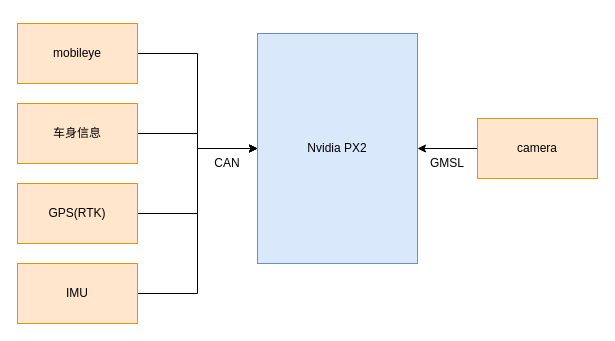
This is 泛亚poc传感器数据接入.drawio from xhzhuhit/Trajectory_Compression_Algorithms, a draw.io file, before an edit. Source tidied: cells renumbered, new cells numbered last; positions are measured from the earlier drawing's top-left corner, leaving out a move shared by most shapes. Both pictures are drawn from the tidied source at 100%, with x=0, y=0 at pixel (17, 23).
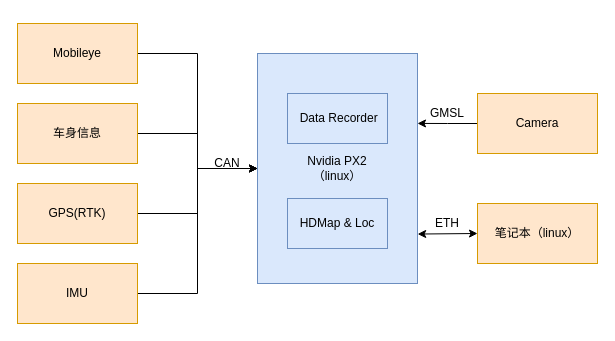
Above is the later version.

Commit message:
Update 泛亚poc传感器数据接入.drawio

Change to the diagram source:
```diff
@@
-    <mxCell id="3" value="mobileye" style="rounded=0;whiteSpace=wrap;html=1;fillColor=#ffe6cc;strokeColor=#d79b00;" parent="1" vertex="1">
+    <mxCell id="3" value="Mobileye" style="rounded=0;whiteSpace=wrap;html=1;fillColor=#ffe6cc;strokeColor=#d79b00;" parent="1" vertex="1">
       <mxGeometry width="120" height="60" as="geometry" />
     </mxCell>
@@
-    <mxCell id="11" value="Nvidia PX2" style="rounded=0;whiteSpace=wrap;html=1;fillColor=#dae8fc;strokeColor=#6c8ebf;" parent="1" vertex="1">
-      <mxGeometry x="240" y="10" width="160" height="230" as="geometry" />
+    <mxCell id="11" value="&lt;div&gt;Nvidia PX2&lt;/div&gt;&lt;div&gt;（linux）&lt;br&gt;&lt;/div&gt;" style="rounded=0;whiteSpace=wrap;html=1;fillColor=#dae8fc;strokeColor=#6c8ebf;" parent="1" vertex="1">
+      <mxGeometry x="240" y="30" width="160" height="230" as="geometry" />
     </mxCell>
@@
-    <mxCell id="13" style="edgeStyle=orthogonalEdgeStyle;rounded=0;jettySize=auto;html=1;entryX=1;entryY=0.5;entryDx=0;entryDy=0;" parent="1" edge="1" source="14" target="11">
+    <mxCell id="13" style="edgeStyle=orthogonalEdgeStyle;rounded=0;jettySize=auto;html=1;exitX=0;exitY=0.5;exitDx=0;exitDy=0;entryX=1;entryY=0.304;entryDx=0;entryDy=0;entryPerimeter=0;" parent="1" edge="1" source="14" target="11">
       <mxGeometry relative="1" as="geometry" />
     </mxCell>
-    <mxCell id="14" value="camera" style="rounded=0;whiteSpace=wrap;html=1;fillColor=#ffe6cc;strokeColor=#d79b00;" parent="1" vertex="1">
-      <mxGeometry x="460" y="95" width="120" height="60" as="geometry" />
+    <mxCell id="14" value="Camera" style="rounded=0;whiteSpace=wrap;html=1;fillColor=#ffe6cc;strokeColor=#d79b00;" parent="1" vertex="1">
+      <mxGeometry x="460" y="70" width="120" height="60" as="geometry" />
     </mxCell>
     <mxCell id="15" value="GMSL" style="text;html=1;strokeColor=none;fillColor=none;align=center;verticalAlign=middle;whiteSpace=wrap;rounded=0;" parent="1" vertex="1">
-      <mxGeometry x="410" y="130" width="40" height="20" as="geometry" />
+      <mxGeometry x="410" y="80" width="40" height="20" as="geometry" />
     </mxCell>
+    <mxCell id="16" value="笔记本（linux）" style="rounded=0;whiteSpace=wrap;html=1;fillColor=#ffe6cc;strokeColor=#d79b00;" parent="1" vertex="1">
+      <mxGeometry x="460" y="180" width="120" height="60" as="geometry" />
+    </mxCell>
+    <mxCell id="17" style="endArrow=classic;startArrow=classic;html=1;entryX=0;entryY=0.5;entryDx=0;entryDy=0;exitX=1.001;exitY=0.785;exitDx=0;exitDy=0;exitPerimeter=0;" parent="1" edge="1" source="11" target="16">
+      <mxGeometry relative="1" as="geometry" />
+    </mxCell>
+    <mxCell id="18" value="ETH" style="text;html=1;strokeColor=none;fillColor=none;align=center;verticalAlign=middle;whiteSpace=wrap;rounded=0;" parent="1" vertex="1">
+      <mxGeometry x="410" y="190" width="40" height="20" as="geometry" />
+    </mxCell>
+    <mxCell id="19" value="&amp;nbsp;Data Recorder" style="rounded=0;whiteSpace=wrap;html=1;fillColor=#dae8fc;strokeColor=#6c8ebf;" parent="1" vertex="1">
+      <mxGeometry x="270" y="70" width="100" height="50" as="geometry" />
+    </mxCell>
+    <mxCell id="20" value="HDMap &amp;amp; Loc" style="rounded=0;whiteSpace=wrap;html=1;fillColor=#dae8fc;strokeColor=#6c8ebf;" parent="1" vertex="1">
+      <mxGeometry x="270" y="175" width="100" height="50" as="geometry" />
+    </mxCell>
```
